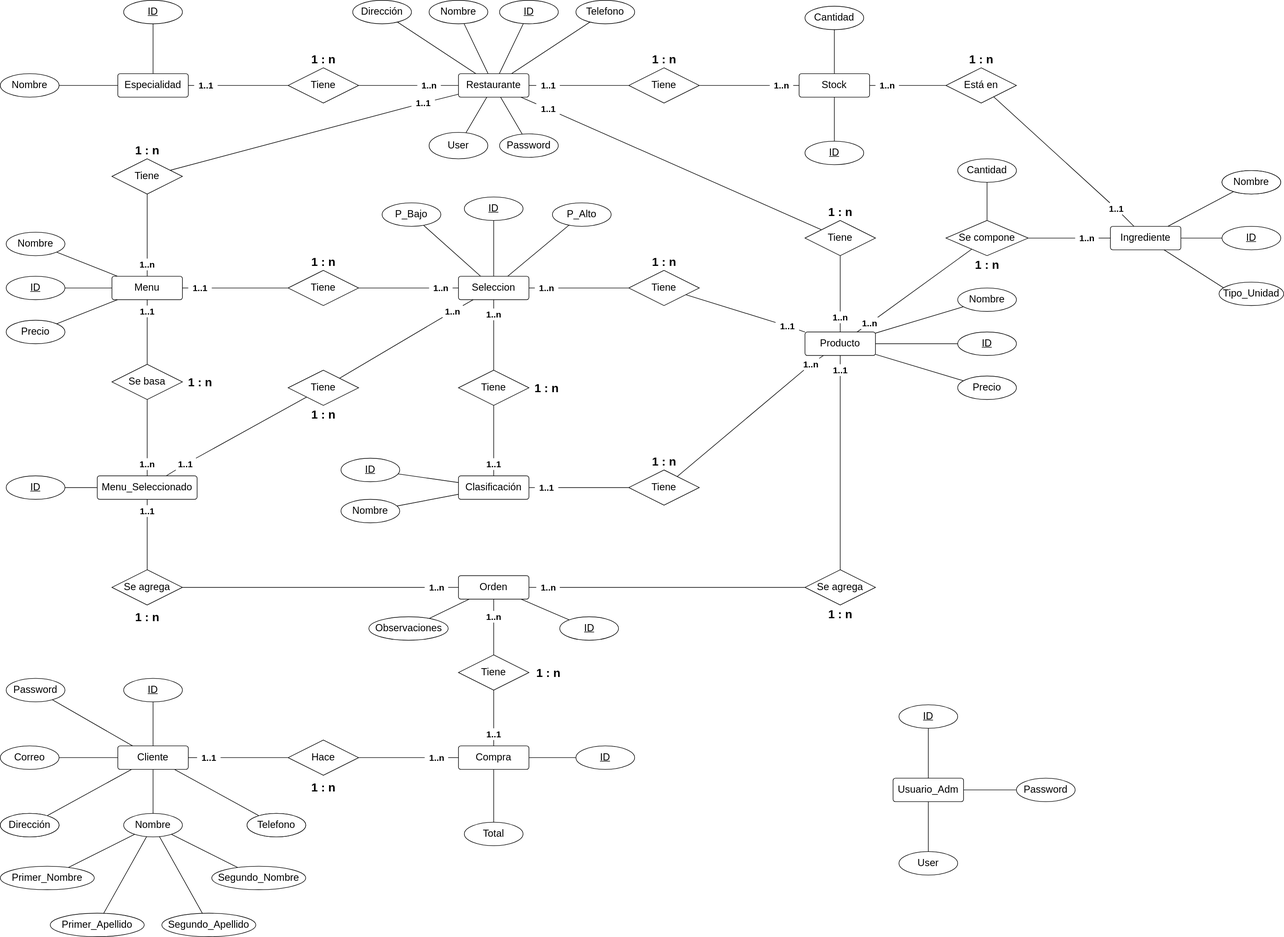
Above: Resources/BD/MER.drawio.svg in INderKev/Rotonda (draw.io), before the change. Source tidied: cells renumbered, new cells last; positions are measured from the earlier drawing's top-left corner, leaving out a move shared by most shapes.
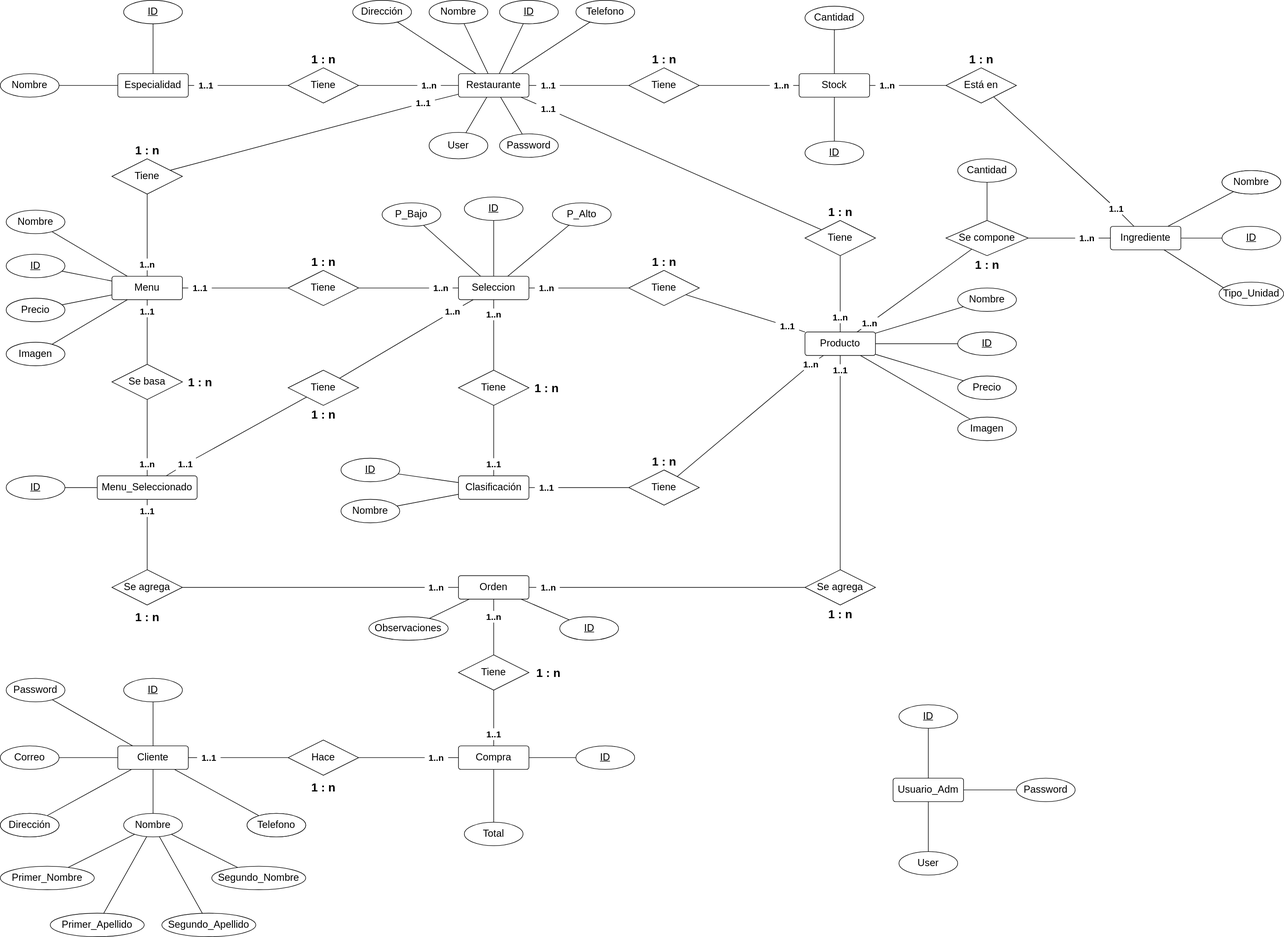
Above is the later version.

The edit, as a diff of the source:
```diff
@@ -26,6 +26,9 @@
     <mxCell id="9" style="edgeStyle=none;rounded=0;jettySize=auto;html=1;endArrow=none;endFill=0;" parent="1" edge="1" source="10" target="106">
       <mxGeometry relative="1" as="geometry" />
     </mxCell>
+    <mxCell id="232" style="rounded=0;jettySize=auto;html=1;endArrow=none;endFill=0;" parent="1" edge="1" source="10" target="234">
+      <mxGeometry relative="1" as="geometry" />
+    </mxCell>
     <mxCell id="10" value="Producto" style="rounded=1;arcSize=10;whiteSpace=wrap;html=1;align=center;fontSize=17;" parent="1" vertex="1">
       <mxGeometry x="1370" y="565" width="120" height="40" as="geometry" />
     </mxCell>
@@ -44,6 +47,9 @@
     <mxCell id="15" style="edgeStyle=none;rounded=0;jettySize=auto;html=1;endArrow=none;endFill=0;startArrow=none;" parent="1" edge="1" source="166" target="125">
       <mxGeometry relative="1" as="geometry" />
     </mxCell>
+    <mxCell id="233" style="edgeStyle=none;rounded=0;jettySize=auto;html=1;endArrow=none;endFill=0;" parent="1" edge="1" source="16" target="235">
+      <mxGeometry relative="1" as="geometry" />
+    </mxCell>
     <mxCell id="16" value="Menu" style="rounded=1;arcSize=10;whiteSpace=wrap;html=1;align=center;fontSize=17;" parent="1" vertex="1">
       <mxGeometry x="190" y="470" width="120" height="40" as="geometry" />
     </mxCell>
@@ -318,13 +324,13 @@
       <mxGeometry x="1630" y="640" width="100" height="40" as="geometry" />
     </mxCell>
     <mxCell id="107" value="ID" style="ellipse;whiteSpace=wrap;html=1;align=center;fontStyle=4;fontSize=17;" parent="1" vertex="1">
-      <mxGeometry x="10" y="470" width="100" height="40" as="geometry" />
+      <mxGeometry x="10" y="432.5" width="100" height="40" as="geometry" />
     </mxCell>
     <mxCell id="108" value="Nombre" style="ellipse;whiteSpace=wrap;html=1;align=center;fontSize=17;" parent="1" vertex="1">
-      <mxGeometry x="10" y="395" width="100" height="40" as="geometry" />
+      <mxGeometry x="10" y="357.5" width="100" height="40" as="geometry" />
     </mxCell>
     <mxCell id="109" value="Precio" style="ellipse;whiteSpace=wrap;html=1;align=center;fontSize=17;" parent="1" vertex="1">
-      <mxGeometry x="10" y="545" width="100" height="40" as="geometry" />
+      <mxGeometry x="10" y="507.5" width="100" height="40" as="geometry" />
     </mxCell>
     <mxCell id="110" style="edgeStyle=none;rounded=0;jettySize=auto;html=1;endArrow=none;endFill=0;" parent="1" edge="1" source="112" target="129">
       <mxGeometry relative="1" as="geometry" />
@@ -692,5 +698,11 @@
     <mxCell id="231" value="&lt;font style=&quot;font-size: 20px&quot;&gt;1 : n&lt;/font&gt;" style="text;html=1;align=center;verticalAlign=middle;strokeColor=none;fillColor=none;fontSize=15;fontStyle=1;" parent="1" vertex="1">
       <mxGeometry x="1640" y="85" width="60" height="30" as="geometry" />
     </mxCell>
+    <mxCell id="234" value="Imagen" style="ellipse;whiteSpace=wrap;html=1;align=center;fontSize=17;" parent="1" vertex="1">
+      <mxGeometry x="1630" y="710" width="100" height="40" as="geometry" />
+    </mxCell>
+    <mxCell id="235" value="Imagen" style="ellipse;whiteSpace=wrap;html=1;align=center;fontSize=17;" parent="1" vertex="1">
+      <mxGeometry x="10" y="582.5" width="100" height="40" as="geometry" />
+    </mxCell>
   </root>
 </mxGraphModel>
```
